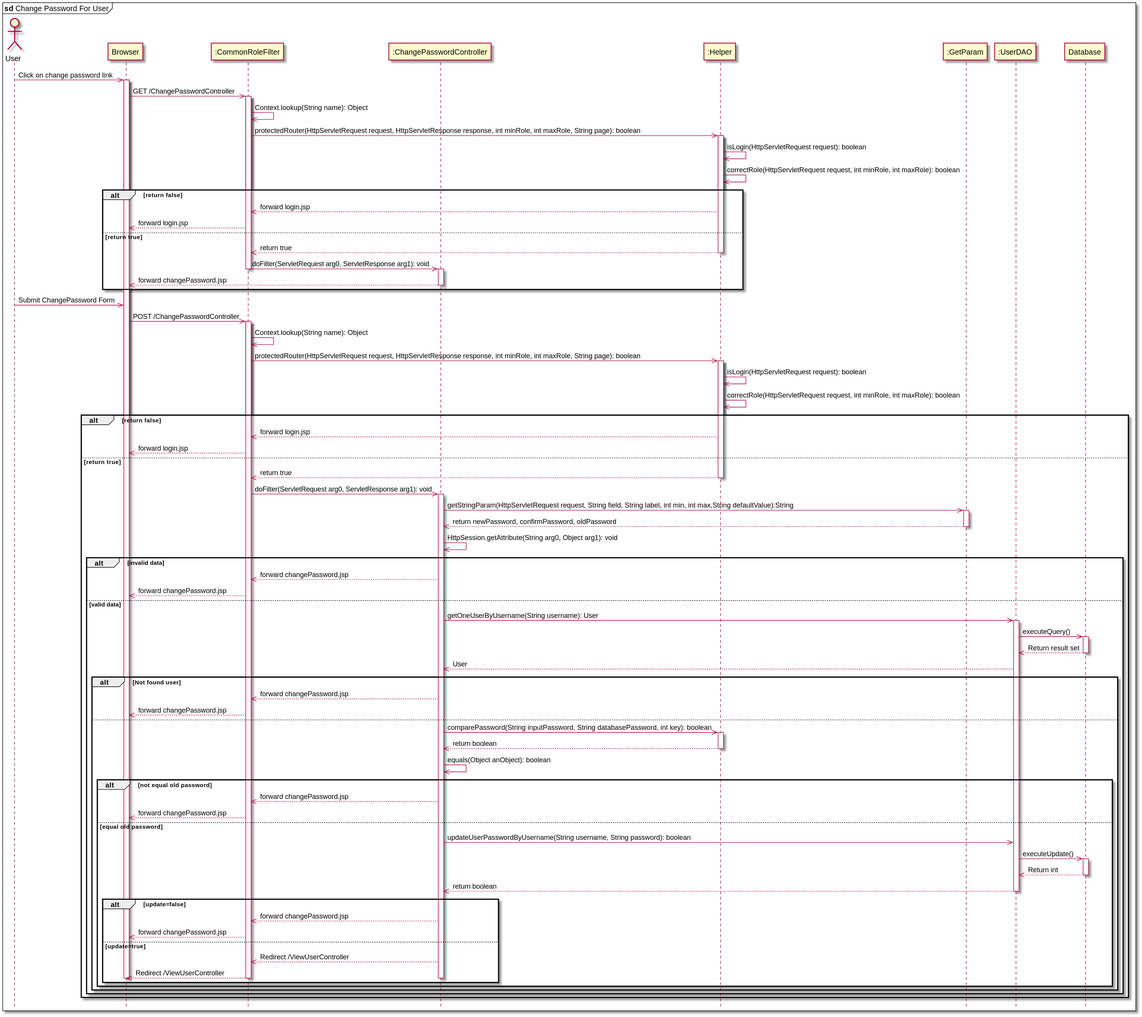
Earlier version of the PlantUML export data/sequence/changePassword.svg (tantruong2303/booking-hotel).
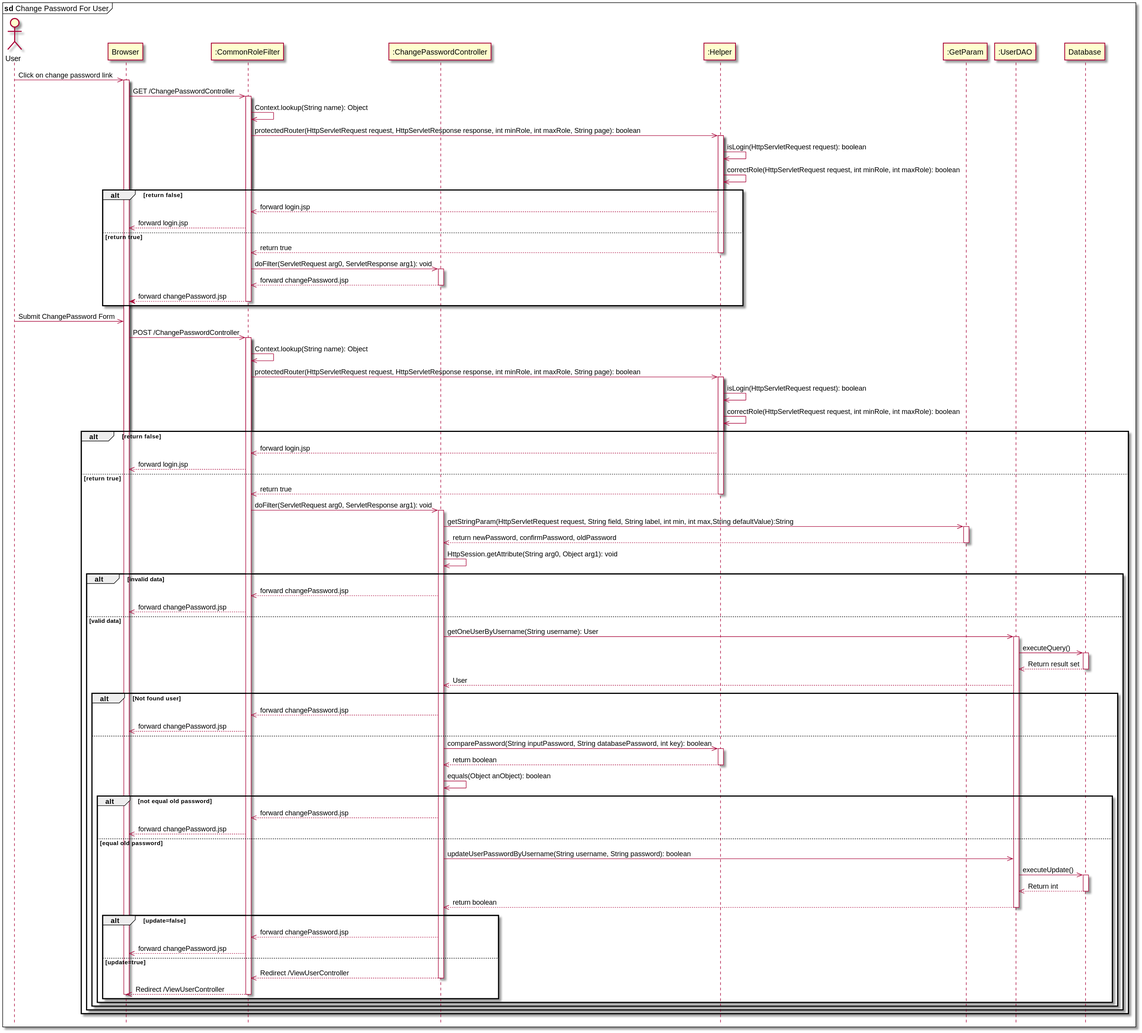
Above is the later version.

The edit, as a diff of the source:
```diff
@@ -27,11 +27,11 @@
     Helper -->> CommonRoleFilter: return true
     deactivate Helper
     CommonRoleFilter ->> ChangePasswordController: doFilter(ServletRequest arg0, ServletResponse arg1): void
+    activate ChangePasswordController
+    ChangePasswordController -->> CommonRoleFilter: forward changePassword.jsp
+    deactivate ChangePasswordController
+    CommonRoleFilter --> Browser: forward changePassword.jsp
     deactivate CommonRoleFilter
-    activate ChangePasswordController
-    ChangePasswordController -->> Browser: forward changePassword.jsp
-    deactivate ChangePasswordController
-
 end
 
 
@@ -92,9 +92,9 @@
                     CommonRoleFilter -->> Browser: forward changePassword.jsp
                 else  update=true
                     ChangePasswordController -->> CommonRoleFilter: Redirect /ViewUserController
+                    deactivate ChangePasswordController
                     CommonRoleFilter -->> Browser: Redirect /ViewUserController
                     deactivate CommonRoleFilter
-                    deactivate ChangePasswordController
                     deactivate Browser
                 end
             end
```
